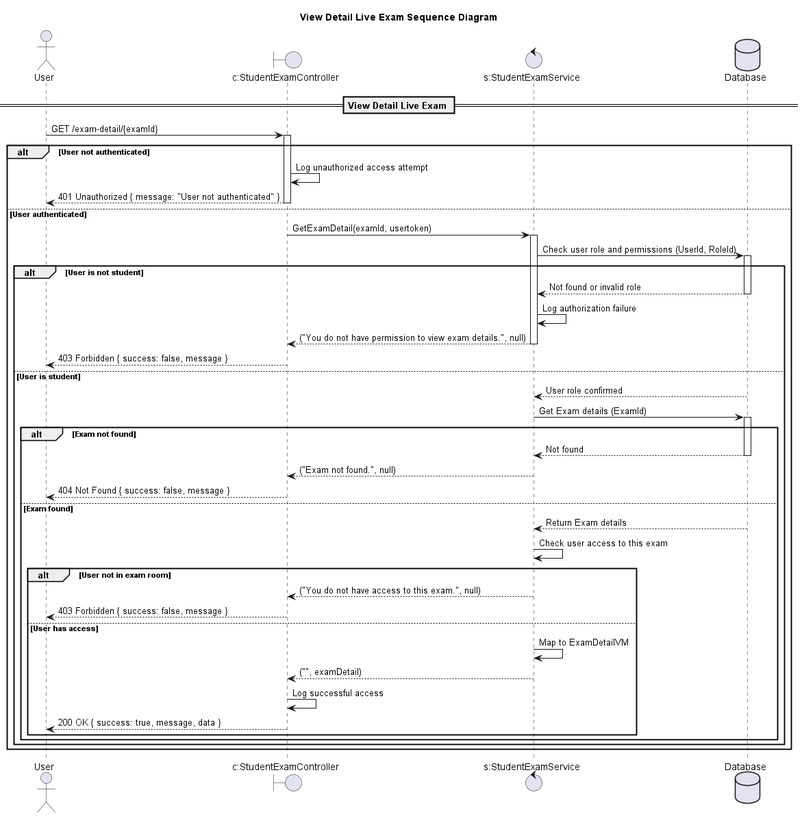
conghoan1211/AI-Kiosk-Testing-system keeps this PlantUML diagram as design/out/viewdetailliveexamsequencediagram/viewdetailliveexamsequencediagram.png. Above is the earlier version. Source of this version:
```plantuml
@startuml

title View Detail Live Exam Sequence Diagram

actor "User" as Client
boundary "c:StudentExamController" as Controller
control "s:StudentExamService" as Service
database "Database" as DB

== View Detail Live Exam ==

Client -> Controller: GET /exam-detail/{examId}
activate Controller

alt User not authenticated
    Controller -> Controller: Log unauthorized access attempt
    Controller --> Client: 401 Unauthorized { message: "User not authenticated" }
    deactivate Controller
else User authenticated
    Controller -> Service: GetExamDetail(examId, usertoken)
    activate Service

    Service -> DB: Check user role and permissions (UserId, RoleId)
    activate DB
    alt User is not student
        DB --> Service: Not found or invalid role
        deactivate DB
        Service -> Service: Log authorization failure
        Service --> Controller: ("You do not have permission to view exam details.", null)
        deactivate Service
        Controller --> Client: 403 Forbidden { success: false, message }
        deactivate Controller
    else User is student
        DB --> Service: User role confirmed
        deactivate DB

        Service -> DB: Get Exam details (ExamId)
        activate DB
        alt Exam not found
            DB --> Service: Not found
            deactivate DB
            Service --> Controller: ("Exam not found.", null)
            deactivate Service
            Controller --> Client: 404 Not Found { success: false, message }
            deactivate Controller
        else Exam found
            DB --> Service: Return Exam details
            deactivate DB

            Service -> Service: Check user access to this exam
            alt User not in exam room
                Service --> Controller: ("You do not have access to this exam.", null)
                deactivate Service
                Controller --> Client: 403 Forbidden { success: false, message }
                deactivate Controller
            else User has access
                Service -> Service: Map to ExamDetailVM
                Service --> Controller: ("", examDetail)
                deactivate Service
                Controller -> Controller: Log successful access
                Controller --> Client: 200 OK { success: true, message, data }
                deactivate Controller
            end
        end
    end
end

deactivate Controller

@enduml
```
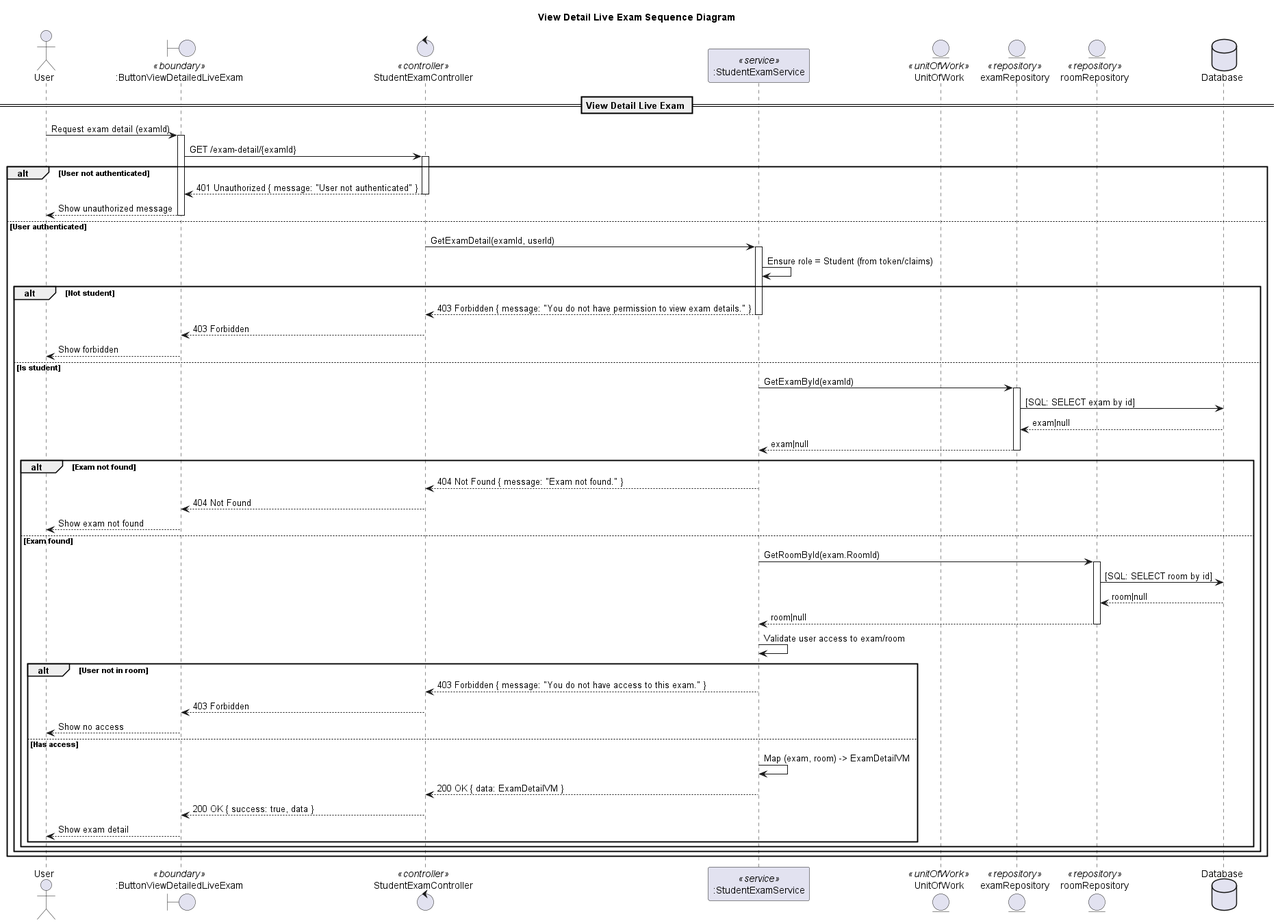
Later version of the same file.

The edit, as a diff of the source:
```diff
@@ -1,70 +1,81 @@
 @startuml
+title View Detail Live Exam Sequence Diagram
+actor "User" as Client
+boundary ":ButtonViewDetailedLiveExam" as UI <<boundary>>
+control "StudentExamController" as Controller <<controller>>
+participant ":StudentExamService" as Service <<service>>
+entity "UnitOfWork" as UoW <<unitOfWork>>
 
-title View Detail Live Exam Sequence Diagram
+entity "examRepository" as ExamRepo <<repository>>
+entity "roomRepository" as RoomRepo <<repository>>
 
-actor "User" as Client
-boundary "c:StudentExamController" as Controller
-control "s:StudentExamService" as Service
 database "Database" as DB
 
 == View Detail Live Exam ==
 
-Client -> Controller: GET /exam-detail/{examId}
+Client -> UI: Request exam detail (examId)
+activate UI
+UI -> Controller: GET /exam-detail/{examId}
 activate Controller
 
 alt User not authenticated
-    Controller -> Controller: Log unauthorized access attempt
-    Controller --> Client: 401 Unauthorized { message: "User not authenticated" }
+  Controller --> UI: 401 Unauthorized { message: "User not authenticated" }
+  deactivate Controller
+  UI --> Client: Show unauthorized message
+  deactivate UI
+else User authenticated
+  Controller -> Service: GetExamDetail(examId, userId)
+  activate Service
+
+  Service -> Service: Ensure role = Student (from token/claims)
+  alt Not student
+    Service --> Controller: 403 Forbidden { message: "You do not have permission to view exam details." }
+    deactivate Service
+    Controller --> UI: 403 Forbidden
     deactivate Controller
-else User authenticated
-    Controller -> Service: GetExamDetail(examId, usertoken)
-    activate Service
+    UI --> Client: Show forbidden
+    deactivate UI
+  else Is student
+    Service -> ExamRepo: GetExamById(examId)
+    activate ExamRepo
+    ExamRepo -> DB: [SQL: SELECT exam by id]
+    DB --> ExamRepo: exam|null
+    ExamRepo --> Service: exam|null
+    deactivate ExamRepo
 
-    Service -> DB: Check user role and permissions (UserId, RoleId)
-    activate DB
-    alt User is not student
-        DB --> Service: Not found or invalid role
-        deactivate DB
-        Service -> Service: Log authorization failure
-        Service --> Controller: ("You do not have permission to view exam details.", null)
+    alt Exam not found
+      Service --> Controller: 404 Not Found { message: "Exam not found." }
+      deactivate Service
+      Controller --> UI: 404 Not Found
+      deactivate Controller
+      UI --> Client: Show exam not found
+      deactivate UI
+    else Exam found
+      Service -> RoomRepo: GetRoomById(exam.RoomId)
+      activate RoomRepo
+      RoomRepo -> DB: [SQL: SELECT room by id]
+      DB --> RoomRepo: room|null
+      RoomRepo --> Service: room|null
+      deactivate RoomRepo
+
+      Service -> Service: Validate user access to exam/room
+      alt User not in room
+        Service --> Controller: 403 Forbidden { message: "You do not have access to this exam." }
         deactivate Service
-        Controller --> Client: 403 Forbidden { success: false, message }
+        Controller --> UI: 403 Forbidden
         deactivate Controller
-    else User is student
-        DB --> Service: User role confirmed
-        deactivate DB
-
-        Service -> DB: Get Exam details (ExamId)
-        activate DB
-        alt Exam not found
-            DB --> Service: Not found
-            deactivate DB
-            Service --> Controller: ("Exam not found.", null)
-            deactivate Service
-            Controller --> Client: 404 Not Found { success: false, message }
-            deactivate Controller
-        else Exam found
-            DB --> Service: Return Exam details
-            deactivate DB
-
-            Service -> Service: Check user access to this exam
-            alt User not in exam room
-                Service --> Controller: ("You do not have access to this exam.", null)
-                deactivate Service
-                Controller --> Client: 403 Forbidden { success: false, message }
-                deactivate Controller
-            else User has access
-                Service -> Service: Map to ExamDetailVM
-                Service --> Controller: ("", examDetail)
-                deactivate Service
-                Controller -> Controller: Log successful access
-                Controller --> Client: 200 OK { success: true, message, data }
-                deactivate Controller
-            end
-        end
-    end
-end
-
-deactivate Controller
-
+        UI --> Client: Show no access
+        deactivate UI
+      else Has access
+        Service -> Service: Map (exam, room) -> ExamDetailVM
+        Service --> Controller: 200 OK { data: ExamDetailVM }
+        deactivate Service
+        Controller --> UI: 200 OK { success: true, data }
+        deactivate Controller
+        UI --> Client: Show exam detail
+        deactivate UI
+      end alt
+    end alt
+  end alt
+end alt
 @enduml
```
